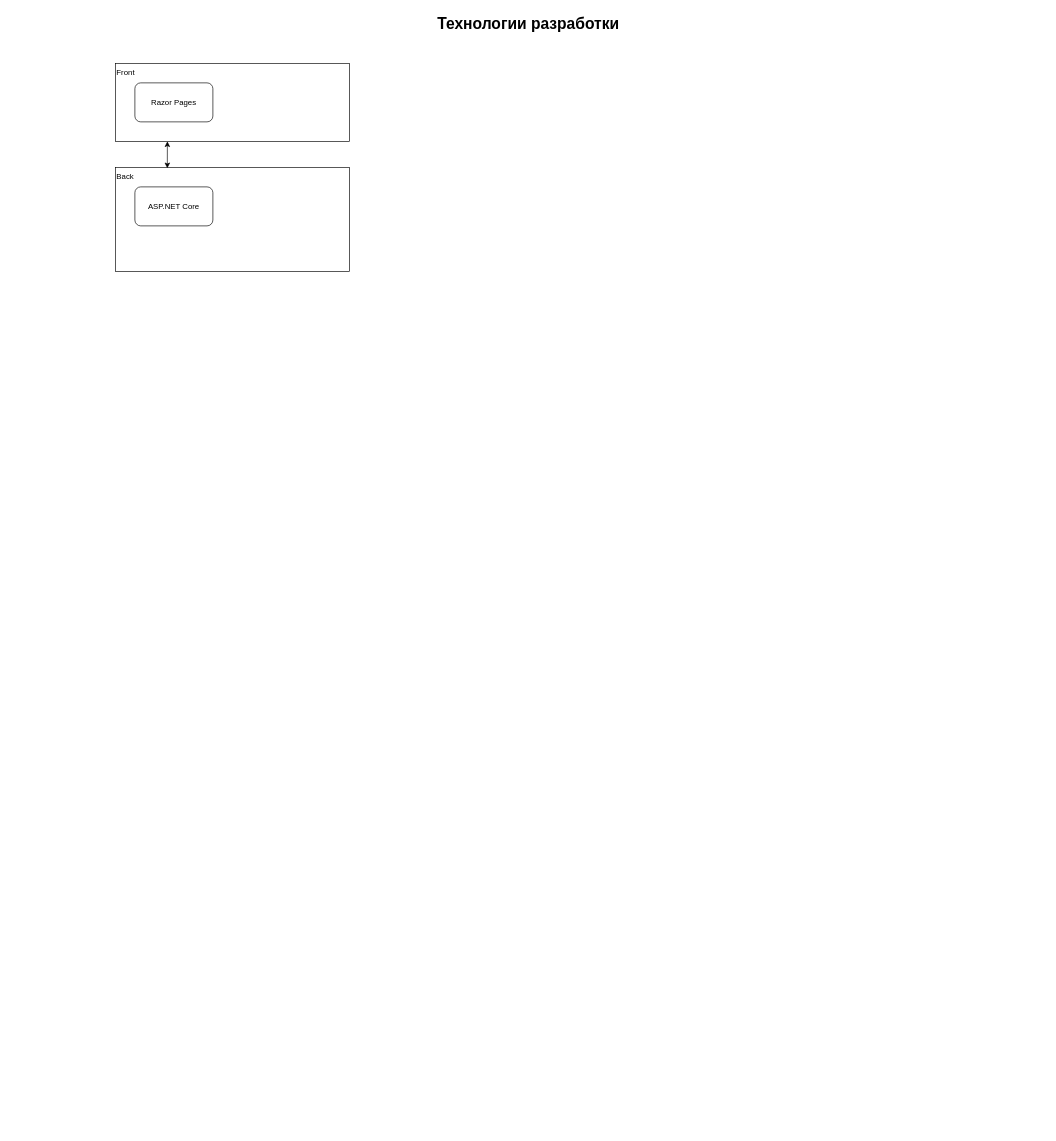
Before: Диаграмма без названия.drawio in mrDongaev/MonitorLabServices, a draw.io diagram. Source tidied: cells renumbered, new cells numbered last; positions are measured from the earlier drawing's top-left corner, leaving out a move shared by most shapes. Both pictures are drawn from the tidied source at 65%, with x=0, y=0 at pixel (11, 11).
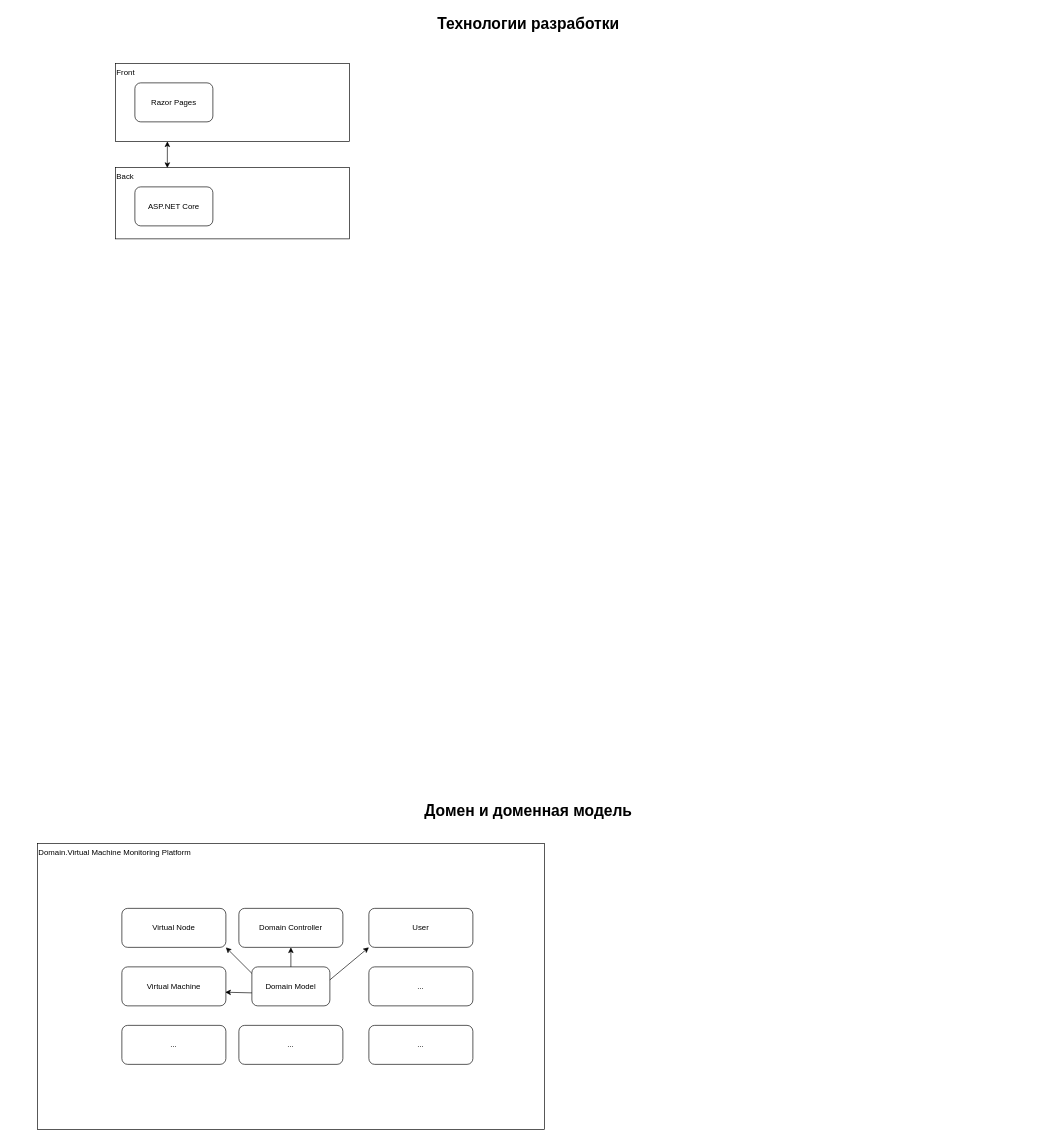
After the change.

The edit, as a diff of the source:
```diff
@@
     <mxCell id="5" value="Back" style="rounded=0;whiteSpace=wrap;html=1;align=left;verticalAlign=top;" parent="1" vertex="1">
-      <mxGeometry x="160" y="240" width="360" height="160" as="geometry" />
+      <mxGeometry x="160" y="240" width="360" height="110" as="geometry" />
     </mxCell>
@@
+    <mxCell id="8" value="Domain.Virtual Machine Monitoring Platform" style="rounded=0;whiteSpace=wrap;html=1;align=left;verticalAlign=top;" parent="1" vertex="1">
+      <mxGeometry x="40" y="1280" width="780" height="440" as="geometry" />
+    </mxCell>
+    <mxCell id="9" value="Домен и доменная модель" style="text;strokeColor=none;fillColor=none;html=1;fontSize=24;fontStyle=1;verticalAlign=middle;align=center;" parent="1" vertex="1">
+      <mxGeometry y="1210" width="1590" height="40" as="geometry" />
+    </mxCell>
+    <mxCell id="10" value="Virtual Machine" style="rounded=1;whiteSpace=wrap;html=1;" parent="1" vertex="1">
+      <mxGeometry x="170" y="1470" width="160" height="60" as="geometry" />
+    </mxCell>
+    <mxCell id="11" value="Virtual Node" style="rounded=1;whiteSpace=wrap;html=1;" parent="1" vertex="1">
+      <mxGeometry x="170" y="1380" width="160" height="60" as="geometry" />
+    </mxCell>
+    <mxCell id="12" value="User" style="rounded=1;whiteSpace=wrap;html=1;" parent="1" vertex="1">
+      <mxGeometry x="550" y="1380" width="160" height="60" as="geometry" />
+    </mxCell>
+    <mxCell id="13" value="Domain Controller" style="rounded=1;whiteSpace=wrap;html=1;" parent="1" vertex="1">
+      <mxGeometry x="350" y="1380" width="160" height="60" as="geometry" />
+    </mxCell>
+    <mxCell id="14" value="Domain Model" style="rounded=1;whiteSpace=wrap;html=1;" parent="1" vertex="1">
+      <mxGeometry x="370" y="1470" width="120" height="60" as="geometry" />
+    </mxCell>
+    <mxCell id="15" style="endArrow=classic;html=1;rounded=0;entryX=1;entryY=1;entryDx=0;entryDy=0;" parent="1" edge="1" target="11">
+      <mxGeometry relative="1" as="geometry">
+        <mxPoint x="370" y="1480" as="sourcePoint" />
+      </mxGeometry>
+    </mxCell>
+    <mxCell id="16" style="endArrow=classic;html=1;rounded=0;entryX=0.994;entryY=0.65;entryDx=0;entryDy=0;entryPerimeter=0;" parent="1" edge="1" target="10">
+      <mxGeometry relative="1" as="geometry">
+        <mxPoint x="370" y="1510" as="sourcePoint" />
+      </mxGeometry>
+    </mxCell>
+    <mxCell id="17" style="endArrow=classic;html=1;" parent="1" edge="1" target="13">
+      <mxGeometry relative="1" as="geometry">
+        <mxPoint x="430" y="1470" as="sourcePoint" />
+      </mxGeometry>
+    </mxCell>
+    <mxCell id="18" style="endArrow=classic;html=1;entryX=0;entryY=1;entryDx=0;entryDy=0;" parent="1" edge="1" target="12">
+      <mxGeometry relative="1" as="geometry">
+        <mxPoint x="490" y="1490" as="sourcePoint" />
+      </mxGeometry>
+    </mxCell>
+    <mxCell id="19" value="..." style="rounded=1;whiteSpace=wrap;html=1;" parent="1" vertex="1">
+      <mxGeometry x="170" y="1560" width="160" height="60" as="geometry" />
+    </mxCell>
+    <mxCell id="20" value="..." style="rounded=1;whiteSpace=wrap;html=1;" parent="1" vertex="1">
+      <mxGeometry x="350" y="1560" width="160" height="60" as="geometry" />
+    </mxCell>
+    <mxCell id="21" value="..." style="rounded=1;whiteSpace=wrap;html=1;" parent="1" vertex="1">
+      <mxGeometry x="550" y="1560" width="160" height="60" as="geometry" />
+    </mxCell>
+    <mxCell id="22" value="..." style="rounded=1;whiteSpace=wrap;html=1;" parent="1" vertex="1">
+      <mxGeometry x="550" y="1470" width="160" height="60" as="geometry" />
+    </mxCell>
```
